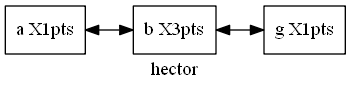
hr9457/EDD_1S2020_PY1_201314296 keeps this Graphviz diagram as Reportes/ListaJugador.png. Above is the earlier version. Its source is kept beside it as ArchivosDot/ListaJugador.dot. The source it was exported from:
```dot
digraph Lista {
rankdir=LR;
node [shape=record];
Nodo0[label="a  X1pts"]
Nodo1[label="b  X3pts"]
Nodo2[label="g  X1pts"]
Nodo0->Nodo1[dir=both];
Nodo1->Nodo2[dir=both];
label="hector";
}
```
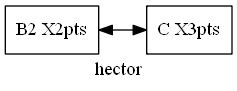
Above is the later version.

Commit message:
lista de jugadores con metodos de insertar y eliminar

The edit, as a diff of the source:
```diff
@@ -1,10 +1,8 @@
 digraph Lista {
 rankdir=LR;
 node [shape=record];
-Nodo0[label="a  X1pts"]
-Nodo1[label="b  X3pts"]
-Nodo2[label="g  X1pts"]
+Nodo0[label="B2  X2pts"]
+Nodo1[label="C  X3pts"]
 Nodo0->Nodo1[dir=both];
-Nodo1->Nodo2[dir=both];
 label="hector";
 }
```
